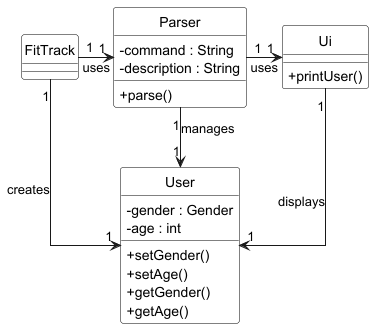
This is docs/Images/Class_SetUser.png from nus-cs2113-AY2425S1/tp, a PlantUML export, as it was before one commit.
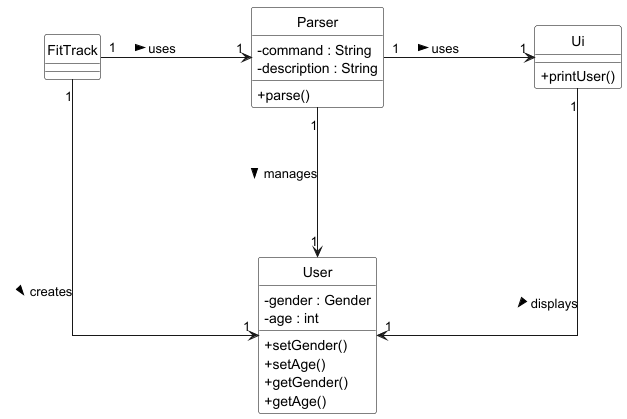
Later version of the same file.

Diff of the diagram source:
```diff
@@ -1,5 +1,7 @@
 @startuml
 skinparam linetype ortho
+skinparam nodesep 150
+skinparam ranksep 150
 hide circle
 skinparam classAttributeIconSize 0
 skinparam classBackgroundColor White
@@ -27,12 +29,12 @@
     +getAge()
 }
 
-FitTrack "1" -> "1" Parser : uses
-FitTrack "1" --> "1" User : creates
+FitTrack "1" -> "1" Parser : uses >
+FitTrack "1" --> "1" User : creates >
 
-Parser "1" -> "1" Ui : uses
-Parser "1" --> "1" User : manages
+Parser "1" -> "1" Ui : uses >
+Parser "1" --> "1" User : manages >
 
-Ui "1" --> "1" User : displays
+Ui "1" --> "1" User : displays >
 
 @enduml
```
